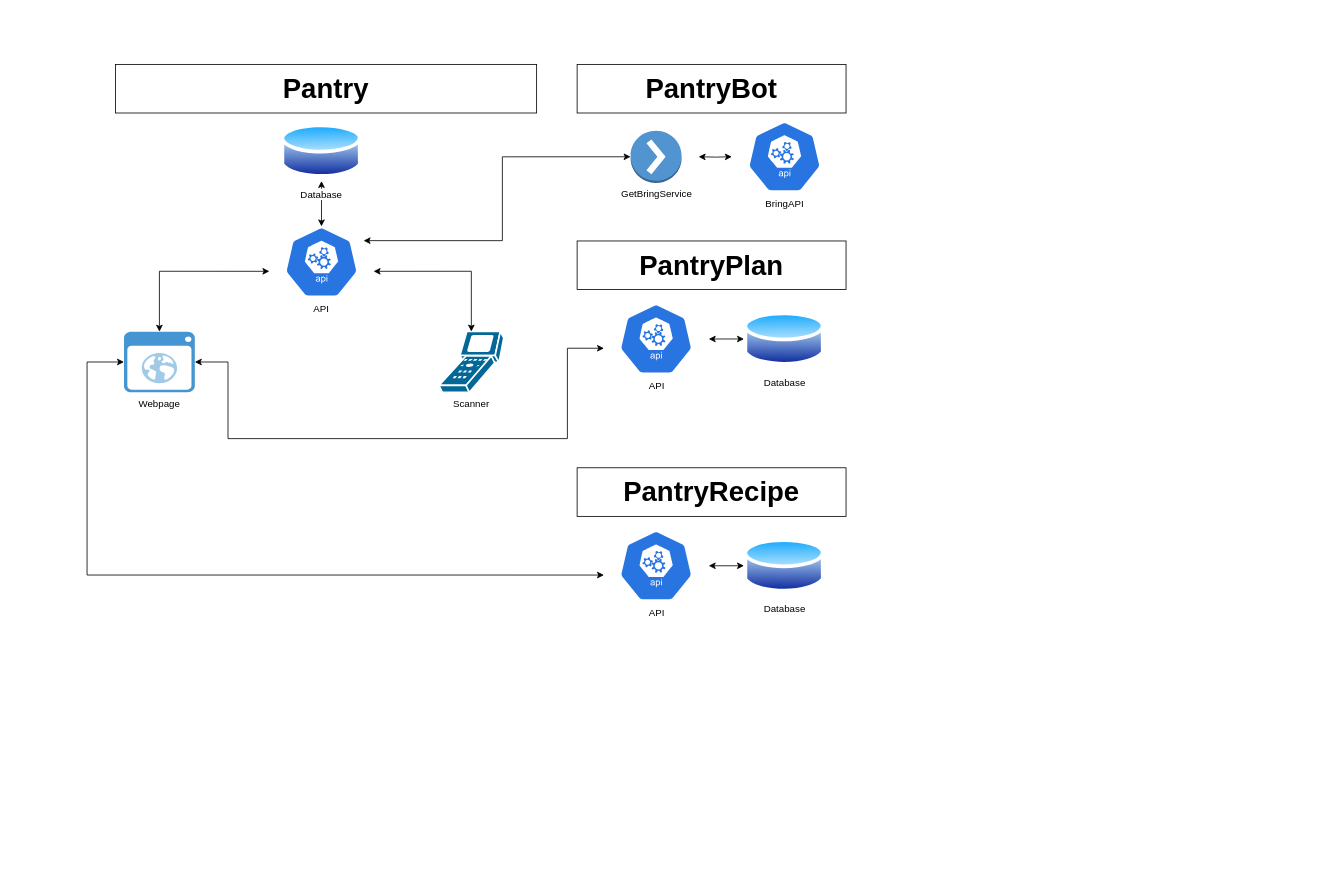
The draw.io diagram Overview/PantryOverview.drawio in MRoehricht/Pantry, before the edit. Source tidied: cells renumbered, new cells numbered last; positions are measured from the earlier drawing's top-left corner, leaving out a move shared by most shapes. Both pictures are drawn from the tidied source at 81%, with x=0, y=0 at pixel (87, 64). Pictures stored in the file or linked from it are replaced by grey dashed boxes.
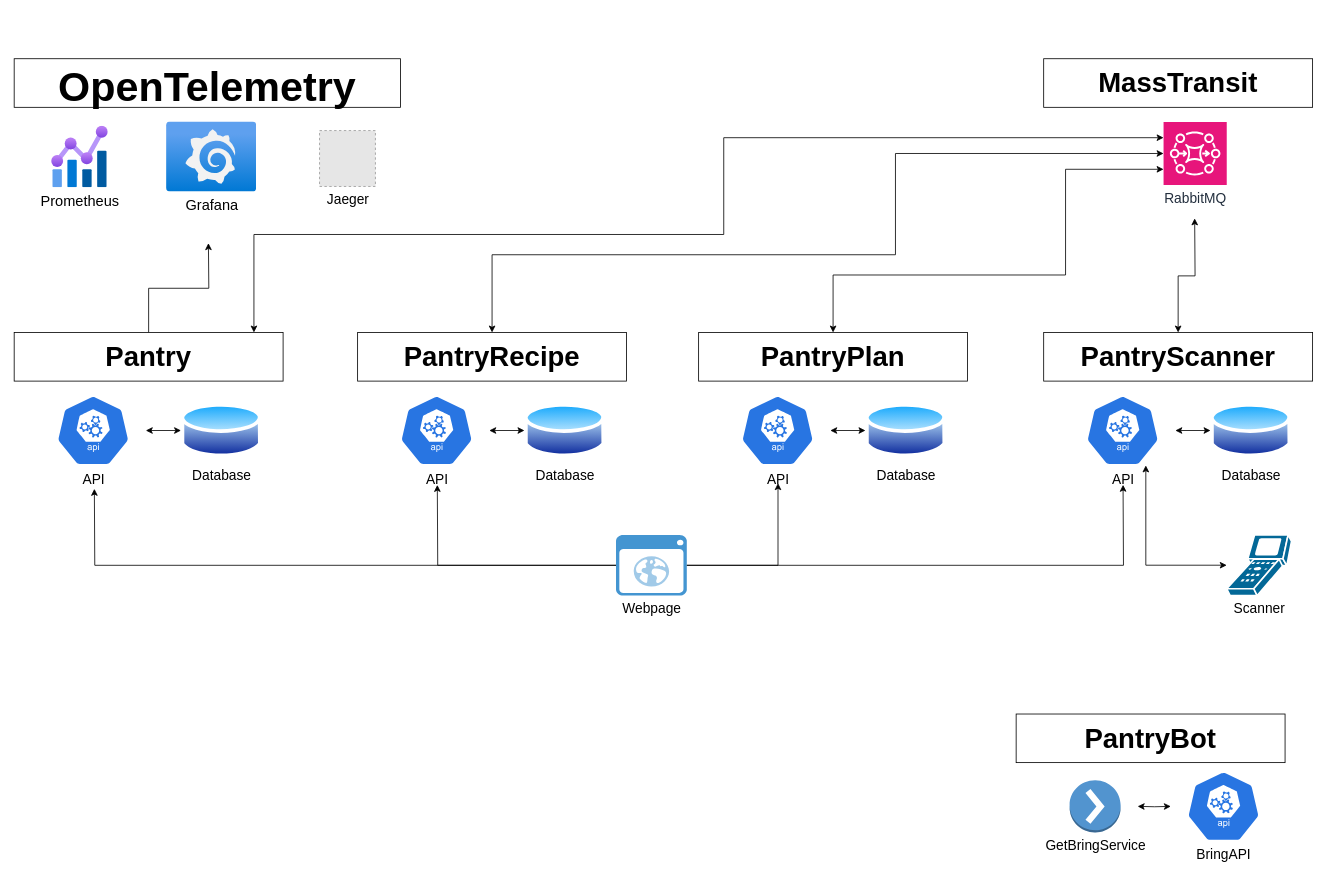
After the change.

What changed in the source:
```diff
@@
-    <mxCell id="2" value="Pantry" style="rounded=0;whiteSpace=wrap;html=1;fontSize=34;fontStyle=1;" parent="1" vertex="1">
-      <mxGeometry x="35" width="520" height="60" as="geometry" />
-    </mxCell>
-    <mxCell id="3" style="edgeStyle=orthogonalEdgeStyle;rounded=0;jettySize=auto;html=1;entryX=0.5;entryY=1;entryDx=0;entryDy=0;startArrow=classic;startFill=1;" parent="1" edge="1" source="4" target="5">
-      <mxGeometry relative="1" as="geometry" />
-    </mxCell>
-    <mxCell id="4" value="&lt;div&gt;API&lt;/div&gt;" style="sketch=0;html=1;dashed=0;whitespace=wrap;fillColor=#2875E2;strokeColor=#ffffff;points=[[0.005,0.63,0],[0.1,0.2,0],[0.9,0.2,0],[0.5,0,0],[0.995,0.63,0],[0.72,0.99,0],[0.5,1,0],[0.28,0.99,0]];verticalLabelPosition=bottom;align=center;verticalAlign=top;shape=mxgraph.kubernetes.icon;prIcon=api;" parent="1" vertex="1">
-      <mxGeometry x="224.4" y="200" width="130" height="88" as="geometry" />
-    </mxCell>
-    <mxCell id="5" value="&lt;div&gt;Database&lt;/div&gt;" style="image;perimeter=ellipsePerimeter;html=1;align=center;shadow=0;dashed=0;spacingTop=3;image=img/lib/active_directory/database.svg;" parent="1" vertex="1">
-      <mxGeometry x="239.4" y="70" width="100" height="74" as="geometry" />
-    </mxCell>
-    <mxCell id="6" style="edgeStyle=orthogonalEdgeStyle;rounded=0;jettySize=auto;html=1;entryX=0.005;entryY=0.63;entryDx=0;entryDy=0;entryPerimeter=0;startArrow=classic;startFill=1;" parent="1" edge="1" source="8" target="20">
-      <mxGeometry relative="1" as="geometry">
-        <Array as="points">
-          <mxPoint x="174" y="367" />
-          <mxPoint x="174" y="462" />
-          <mxPoint x="593" y="462" />
-          <mxPoint x="593" y="350" />
-        </Array>
-      </mxGeometry>
-    </mxCell>
-    <mxCell id="7" style="edgeStyle=orthogonalEdgeStyle;rounded=0;jettySize=auto;html=1;entryX=0.005;entryY=0.63;entryDx=0;entryDy=0;entryPerimeter=0;startArrow=classic;startFill=1;" parent="1" edge="1" source="8" target="24">
-      <mxGeometry relative="1" as="geometry">
-        <Array as="points">
-          <mxPoint y="367" />
-          <mxPoint y="630" />
-        </Array>
-      </mxGeometry>
-    </mxCell>
+    <mxCell id="26" style="edgeStyle=orthogonalEdgeStyle;rounded=0;jettySize=auto;html=1;" parent="1" edge="1" source="8">
+      <mxGeometry relative="1" as="geometry">
+        <mxPoint x="1279" y="519" as="targetPoint" />
+      </mxGeometry>
+    </mxCell>
+    <mxCell id="27" style="edgeStyle=orthogonalEdgeStyle;rounded=0;jettySize=auto;html=1;" parent="1" edge="1" source="8">
+      <mxGeometry relative="1" as="geometry">
+        <mxPoint x="432.4" y="519.2" as="targetPoint" />
+      </mxGeometry>
+    </mxCell>
-    <mxCell id="8" value="&lt;div&gt;Webpage&lt;/div&gt;" style="shadow=0;dashed=0;html=1;strokeColor=none;fillColor=#4495D1;labelPosition=center;verticalLabelPosition=bottom;verticalAlign=top;align=center;outlineConnect=0;shape=mxgraph.veeam.2d.web_ui;" parent="1" vertex="1">
-      <mxGeometry x="45.6" y="330" width="87.4" height="74.8" as="geometry" />
+    <mxCell id="8" value="&lt;div style=&quot;font-size: 17px;&quot;&gt;Webpage&lt;/div&gt;" style="shadow=0;dashed=0;html=1;strokeColor=none;fillColor=#4495D1;labelPosition=center;verticalLabelPosition=bottom;verticalAlign=top;align=center;outlineConnect=0;shape=mxgraph.veeam.2d.web_ui;fontSize=17;" parent="1" vertex="1">
+      <mxGeometry x="653" y="581" width="87.4" height="74.8" as="geometry" />
     </mxCell>
-    <mxCell id="9" value="&lt;div&gt;Scanner&lt;/div&gt;" style="shape=mxgraph.cisco.computers_and_peripherals.scanner;html=1;dashed=0;fillColor=#036897;strokeColor=#ffffff;strokeWidth=2;verticalLabelPosition=bottom;verticalAlign=top;align=center;outlineConnect=0;" parent="1" vertex="1">
-      <mxGeometry x="434.4" y="329.8" width="80" height="75" as="geometry" />
+    <mxCell id="9" value="&lt;div style=&quot;font-size: 17px;&quot;&gt;Scanner&lt;/div&gt;" style="shape=mxgraph.cisco.computers_and_peripherals.scanner;html=1;dashed=0;fillColor=#036897;strokeColor=#ffffff;strokeWidth=2;verticalLabelPosition=bottom;verticalAlign=top;align=center;outlineConnect=0;fontSize=17;" parent="1" vertex="1">
+      <mxGeometry x="1407" y="580.8" width="80" height="75" as="geometry" />
     </mxCell>
-    <mxCell id="10" style="edgeStyle=orthogonalEdgeStyle;rounded=0;jettySize=auto;html=1;entryX=0.005;entryY=0.63;entryDx=0;entryDy=0;entryPerimeter=0;startArrow=classic;startFill=1;" parent="1" edge="1" source="8" target="4">
-      <mxGeometry relative="1" as="geometry">
-        <Array as="points">
-          <mxPoint x="89.3" y="255" />
-        </Array>
-      </mxGeometry>
-    </mxCell>
-    <mxCell id="11" style="edgeStyle=orthogonalEdgeStyle;rounded=0;jettySize=auto;html=1;entryX=0.995;entryY=0.63;entryDx=0;entryDy=0;entryPerimeter=0;startArrow=classic;startFill=1;" parent="1" edge="1" source="9" target="4">
-      <mxGeometry relative="1" as="geometry">
-        <Array as="points">
-          <mxPoint x="474.4" y="255" />
-        </Array>
-      </mxGeometry>
-    </mxCell>
-    <mxCell id="12" value="&lt;div&gt;&lt;br&gt;&lt;/div&gt;&lt;div&gt;&lt;br&gt;&lt;/div&gt;" style="edgeLabel;html=1;align=center;verticalAlign=middle;" parent="11" vertex="1">
-      <mxGeometry x="0.15" relative="1" as="geometry" />
-    </mxCell>
     <mxCell id="13" value="PantryBot" style="rounded=0;whiteSpace=wrap;html=1;fontSize=34;fontStyle=1;" parent="1" vertex="1">
-      <mxGeometry x="605" width="332" height="60" as="geometry" />
+      <mxGeometry x="1147" y="802" width="332" height="60" as="geometry" />
     </mxCell>
-    <mxCell id="14" value="&lt;div&gt;BringAPI&lt;/div&gt;" style="sketch=0;html=1;dashed=0;whitespace=wrap;fillColor=#2875E2;strokeColor=#ffffff;points=[[0.005,0.63,0],[0.1,0.2,0],[0.9,0.2,0],[0.5,0,0],[0.995,0.63,0],[0.72,0.99,0],[0.5,1,0],[0.28,0.99,0]];verticalLabelPosition=bottom;align=center;verticalAlign=top;shape=mxgraph.kubernetes.icon;prIcon=api;" parent="1" vertex="1">
-      <mxGeometry x="796" y="70" width="130" height="88" as="geometry" />
+    <mxCell id="14" value="&lt;div style=&quot;font-size: 17px;&quot;&gt;BringAPI&lt;/div&gt;" style="sketch=0;html=1;dashed=0;whitespace=wrap;fillColor=#2875E2;strokeColor=#ffffff;points=[[0.005,0.63,0],[0.1,0.2,0],[0.9,0.2,0],[0.5,0,0],[0.995,0.63,0],[0.72,0.99,0],[0.5,1,0],[0.28,0.99,0]];verticalLabelPosition=bottom;align=center;verticalAlign=top;shape=mxgraph.kubernetes.icon;prIcon=api;fontSize=17;" parent="1" vertex="1">
+      <mxGeometry x="1338" y="872" width="130" height="88" as="geometry" />
     </mxCell>
     <mxCell id="15" style="edgeStyle=orthogonalEdgeStyle;rounded=0;jettySize=auto;html=1;startArrow=classic;startFill=1;" parent="1" edge="1" target="14">
       <mxGeometry relative="1" as="geometry">
-        <mxPoint x="755" y="114" as="sourcePoint" />
+        <mxPoint x="1297" y="916" as="sourcePoint" />
       </mxGeometry>
     </mxCell>
-    <mxCell id="16" value="&lt;div&gt;GetBringService&lt;/div&gt;" style="outlineConnect=0;dashed=0;verticalLabelPosition=bottom;verticalAlign=top;align=center;html=1;shape=mxgraph.aws3.action;fillColor=#5294CF;gradientColor=none;" parent="1" vertex="1">
-      <mxGeometry x="671" y="81.8" width="63" height="64.5" as="geometry" />
+    <mxCell id="16" value="&lt;div style=&quot;font-size: 17px;&quot;&gt;GetBringService&lt;/div&gt;" style="outlineConnect=0;dashed=0;verticalLabelPosition=bottom;verticalAlign=top;align=center;html=1;shape=mxgraph.aws3.action;fillColor=#5294CF;gradientColor=none;fontSize=17;" parent="1" vertex="1">
+      <mxGeometry x="1213" y="883.8" width="63" height="64.5" as="geometry" />
     </mxCell>
-    <mxCell id="17" style="edgeStyle=orthogonalEdgeStyle;rounded=0;jettySize=auto;html=1;exitX=0.9;exitY=0.2;exitDx=0;exitDy=0;exitPerimeter=0;entryX=0;entryY=0.5;entryDx=0;entryDy=0;entryPerimeter=0;startArrow=classic;startFill=1;" parent="1" edge="1" source="4" target="16">
-      <mxGeometry relative="1" as="geometry" />
-    </mxCell>
     <mxCell id="18" value="PantryPlan" style="rounded=0;whiteSpace=wrap;html=1;fontSize=34;fontStyle=1;" parent="1" vertex="1">
-      <mxGeometry x="605" y="218" width="332" height="60" as="geometry" />
+      <mxGeometry x="755" y="331" width="332" height="60" as="geometry" />
     </mxCell>
@@
-    <mxCell id="20" value="&lt;div&gt;API&lt;/div&gt;" style="sketch=0;html=1;dashed=0;whitespace=wrap;fillColor=#2875E2;strokeColor=#ffffff;points=[[0.005,0.63,0],[0.1,0.2,0],[0.9,0.2,0],[0.5,0,0],[0.995,0.63,0],[0.72,0.99,0],[0.5,1,0],[0.28,0.99,0]];verticalLabelPosition=bottom;align=center;verticalAlign=top;shape=mxgraph.kubernetes.icon;prIcon=api;" parent="1" vertex="1">
-      <mxGeometry x="637.5" y="295" width="130" height="88" as="geometry" />
+    <mxCell id="20" value="&lt;div style=&quot;font-size: 17px;&quot;&gt;API&lt;/div&gt;" style="sketch=0;html=1;dashed=0;whitespace=wrap;fillColor=#2875E2;strokeColor=#ffffff;points=[[0.005,0.63,0],[0.1,0.2,0],[0.9,0.2,0],[0.5,0,0],[0.995,0.63,0],[0.72,0.99,0],[0.5,1,0],[0.28,0.99,0]];verticalLabelPosition=bottom;align=center;verticalAlign=top;shape=mxgraph.kubernetes.icon;prIcon=api;fontSize=17;" parent="1" vertex="1">
+      <mxGeometry x="787.5" y="408" width="130" height="88" as="geometry" />
     </mxCell>
-    <mxCell id="21" value="&lt;div&gt;Database&lt;/div&gt;" style="image;perimeter=ellipsePerimeter;html=1;align=center;shadow=0;dashed=0;spacingTop=3;image=img/lib/active_directory/database.svg;" parent="1" vertex="1">
-      <mxGeometry x="811" y="302" width="100" height="74" as="geometry" />
+    <mxCell id="21" value="&lt;div style=&quot;font-size: 17px;&quot;&gt;Database&lt;/div&gt;" style="image;perimeter=ellipsePerimeter;html=1;align=center;shadow=0;dashed=0;spacingTop=3;image=img/lib/active_directory/database.svg;fontSize=17;" parent="1" vertex="1">
+      <mxGeometry x="961" y="415" width="100" height="74" as="geometry" />
     </mxCell>
+    <mxCell id="28" style="edgeStyle=orthogonalEdgeStyle;rounded=0;jettySize=auto;html=1;" parent="1" edge="1" source="22">
+      <mxGeometry relative="1" as="geometry">
+        <mxPoint x="149.8" y="220.7" as="targetPoint" />
+      </mxGeometry>
+    </mxCell>
-    <mxCell id="22" value="PantryRecipe" style="rounded=0;whiteSpace=wrap;html=1;fontSize=34;fontStyle=1;" parent="1" vertex="1">
-      <mxGeometry x="605" y="498" width="332" height="60" as="geometry" />
+    <mxCell id="22" value="Pantry" style="rounded=0;whiteSpace=wrap;html=1;fontSize=34;fontStyle=1;" parent="1" vertex="1">
+      <mxGeometry x="-90" y="331" width="332" height="60" as="geometry" />
     </mxCell>
@@
-    <mxCell id="24" value="&lt;div&gt;API&lt;/div&gt;" style="sketch=0;html=1;dashed=0;whitespace=wrap;fillColor=#2875E2;strokeColor=#ffffff;points=[[0.005,0.63,0],[0.1,0.2,0],[0.9,0.2,0],[0.5,0,0],[0.995,0.63,0],[0.72,0.99,0],[0.5,1,0],[0.28,0.99,0]];verticalLabelPosition=bottom;align=center;verticalAlign=top;shape=mxgraph.kubernetes.icon;prIcon=api;" parent="1" vertex="1">
-      <mxGeometry x="637.5" y="575" width="130" height="88" as="geometry" />
+    <mxCell id="24" value="&lt;div style=&quot;font-size: 17px;&quot;&gt;API&lt;/div&gt;" style="sketch=0;html=1;dashed=0;whitespace=wrap;fillColor=#2875E2;strokeColor=#ffffff;points=[[0.005,0.63,0],[0.1,0.2,0],[0.9,0.2,0],[0.5,0,0],[0.995,0.63,0],[0.72,0.99,0],[0.5,1,0],[0.28,0.99,0]];verticalLabelPosition=bottom;align=center;verticalAlign=top;shape=mxgraph.kubernetes.icon;prIcon=api;fontSize=17;" parent="1" vertex="1">
+      <mxGeometry x="-57.5" y="408" width="130" height="88" as="geometry" />
     </mxCell>
-    <mxCell id="25" value="&lt;div&gt;Database&lt;/div&gt;" style="image;perimeter=ellipsePerimeter;html=1;align=center;shadow=0;dashed=0;spacingTop=3;image=img/lib/active_directory/database.svg;" parent="1" vertex="1">
-      <mxGeometry x="811" y="582" width="100" height="74" as="geometry" />
+    <mxCell id="25" value="&lt;div style=&quot;font-size: 17px;&quot;&gt;Database&lt;/div&gt;" style="image;perimeter=ellipsePerimeter;html=1;align=center;shadow=0;dashed=0;spacingTop=3;image=img/lib/active_directory/database.svg;fontSize=17;" parent="1" vertex="1">
+      <mxGeometry x="116" y="415" width="100" height="74" as="geometry" />
     </mxCell>
+    <mxCell id="29" value="PantryRecipe" style="rounded=0;whiteSpace=wrap;html=1;fontSize=34;fontStyle=1;" parent="1" vertex="1">
+      <mxGeometry x="334" y="331" width="332" height="60" as="geometry" />
+    </mxCell>
+    <mxCell id="30" style="edgeStyle=orthogonalEdgeStyle;rounded=0;jettySize=auto;html=1;startArrow=classic;startFill=1;" parent="1" edge="1" source="31" target="32">
+      <mxGeometry relative="1" as="geometry" />
+    </mxCell>
+    <mxCell id="31" value="&lt;div style=&quot;font-size: 17px;&quot;&gt;API&lt;/div&gt;" style="sketch=0;html=1;dashed=0;whitespace=wrap;fillColor=#2875E2;strokeColor=#ffffff;points=[[0.005,0.63,0],[0.1,0.2,0],[0.9,0.2,0],[0.5,0,0],[0.995,0.63,0],[0.72,0.99,0],[0.5,1,0],[0.28,0.99,0]];verticalLabelPosition=bottom;align=center;verticalAlign=top;shape=mxgraph.kubernetes.icon;prIcon=api;fontSize=17;" parent="1" vertex="1">
+      <mxGeometry x="366.5" y="408" width="130" height="88" as="geometry" />
+    </mxCell>
+    <mxCell id="32" value="&lt;div style=&quot;font-size: 17px;&quot;&gt;Database&lt;/div&gt;" style="image;perimeter=ellipsePerimeter;html=1;align=center;shadow=0;dashed=0;spacingTop=3;image=img/lib/active_directory/database.svg;fontSize=17;" parent="1" vertex="1">
+      <mxGeometry x="540" y="415" width="100" height="74" as="geometry" />
+    </mxCell>
+    <mxCell id="33" style="edgeStyle=orthogonalEdgeStyle;rounded=0;jettySize=auto;html=1;startArrow=classic;startFill=1;" parent="1" edge="1" source="34">
+      <mxGeometry relative="1" as="geometry">
+        <mxPoint x="1367.4" y="190.1" as="targetPoint" />
+      </mxGeometry>
+    </mxCell>
+    <mxCell id="34" value="&lt;div&gt;PantryScanner&lt;/div&gt;" style="rounded=0;whiteSpace=wrap;html=1;fontSize=34;fontStyle=1;" parent="1" vertex="1">
+      <mxGeometry x="1181" y="331" width="332" height="60" as="geometry" />
+    </mxCell>
+    <mxCell id="35" style="edgeStyle=orthogonalEdgeStyle;rounded=0;jettySize=auto;html=1;startArrow=classic;startFill=1;" parent="1" edge="1" source="36" target="37">
+      <mxGeometry relative="1" as="geometry" />
+    </mxCell>
+    <mxCell id="36" value="&lt;div style=&quot;font-size: 17px;&quot;&gt;API&lt;/div&gt;" style="sketch=0;html=1;dashed=0;whitespace=wrap;fillColor=#2875E2;strokeColor=#ffffff;points=[[0.005,0.63,0],[0.1,0.2,0],[0.9,0.2,0],[0.5,0,0],[0.995,0.63,0],[0.72,0.99,0],[0.5,1,0],[0.28,0.99,0]];verticalLabelPosition=bottom;align=center;verticalAlign=top;shape=mxgraph.kubernetes.icon;prIcon=api;fontSize=17;" parent="1" vertex="1">
+      <mxGeometry x="1213.5" y="408" width="130" height="88" as="geometry" />
+    </mxCell>
+    <mxCell id="37" value="&lt;div style=&quot;font-size: 17px;&quot;&gt;Database&lt;/div&gt;" style="image;perimeter=ellipsePerimeter;html=1;align=center;shadow=0;dashed=0;spacingTop=3;image=img/lib/active_directory/database.svg;fontSize=17;" parent="1" vertex="1">
+      <mxGeometry x="1387" y="415" width="100" height="74" as="geometry" />
+    </mxCell>
+    <mxCell id="38" style="edgeStyle=orthogonalEdgeStyle;rounded=0;jettySize=auto;html=1;" parent="1" edge="1" source="8">
+      <mxGeometry relative="1" as="geometry">
+        <mxPoint x="853" y="517" as="targetPoint" />
+        <Array as="points">
+          <mxPoint x="853" y="618" />
+        </Array>
+      </mxGeometry>
+    </mxCell>
+    <mxCell id="39" style="edgeStyle=orthogonalEdgeStyle;rounded=0;jettySize=auto;html=1;" parent="1" edge="1" source="8">
+      <mxGeometry relative="1" as="geometry">
+        <mxPoint x="9" y="524" as="targetPoint" />
+      </mxGeometry>
+    </mxCell>
+    <mxCell id="40" value="&lt;h1 style=&quot;font-size: 67px;&quot; id=&quot;net-observability-with-opentelemetry&quot;&gt;&lt;font style=&quot;font-size: 51px;&quot;&gt;OpenTelemetry&lt;/font&gt;&lt;/h1&gt;" style="rounded=0;whiteSpace=wrap;html=1;fontSize=34;fontStyle=1;" parent="1" vertex="1">
+      <mxGeometry x="-90" y="-7" width="477" height="60" as="geometry" />
+    </mxCell>
+    <mxCell id="41" value="Grafana" style="image;html=1;align=center;fontSize=18;image=img/lib/azure2/other/Grafana.svg;" parent="1" vertex="1">
+      <mxGeometry x="98" y="71" width="111.3" height="86.4" as="geometry" />
+    </mxCell>
+    <mxCell id="42" style="edgeStyle=orthogonalEdgeStyle;rounded=0;jettySize=auto;html=1;entryX=0.72;entryY=0.99;entryDx=0;entryDy=0;entryPerimeter=0;startArrow=classic;startFill=1;" parent="1" edge="1" source="9" target="36">
+      <mxGeometry relative="1" as="geometry" />
+    </mxCell>
+    <mxCell id="43" value="Prometheus" style="image;html=1;align=center;fontSize=18;image=img/lib/azure2/management_governance/Metrics.svg;" parent="1" vertex="1">
+      <mxGeometry x="-44" y="76.2" width="70.2" height="76" as="geometry" />
+    </mxCell>
+    <mxCell id="44" value="Jaeger" style="fillColor=#E6E6E6;strokeColor=#999999;dashed=1;html=1;verticalLabelPosition=bottom;labelBackgroundColor=#ffffff;verticalAlign=top;fontSize=17;" parent="1" vertex="1">
+      <mxGeometry x="287" y="81.7" width="69" height="69" as="geometry" />
+    </mxCell>
+    <mxCell id="45" value="RabbitMQ" style="sketch=0;points=[[0,0,0],[0.25,0,0],[0.5,0,0],[0.75,0,0],[1,0,0],[0,1,0],[0.25,1,0],[0.5,1,0],[0.75,1,0],[1,1,0],[0,0.25,0],[0,0.5,0],[0,0.75,0],[1,0.25,0],[1,0.5,0],[1,0.75,0]];outlineConnect=0;fontColor=#232F3E;fillColor=#E7157B;strokeColor=#ffffff;dashed=0;verticalLabelPosition=bottom;verticalAlign=top;align=center;html=1;fontSize=17;fontStyle=0;shape=mxgraph.aws4.resourceIcon;resIcon=mxgraph.aws4.mq;" parent="1" vertex="1">
+      <mxGeometry x="1329" y="71" width="78" height="78" as="geometry" />
+    </mxCell>
+    <mxCell id="46" value="&lt;div&gt;MassTransit&lt;/div&gt;" style="rounded=0;whiteSpace=wrap;html=1;fontSize=34;fontStyle=1;" parent="1" vertex="1">
+      <mxGeometry x="1181" y="-7" width="332" height="60" as="geometry" />
+    </mxCell>
+    <mxCell id="47" style="edgeStyle=orthogonalEdgeStyle;rounded=0;jettySize=auto;html=1;entryX=0;entryY=0.75;entryDx=0;entryDy=0;entryPerimeter=0;startArrow=classic;startFill=1;" parent="1" edge="1" source="18" target="45">
+      <mxGeometry relative="1" as="geometry">
+        <Array as="points">
+          <mxPoint x="921" y="260" />
+          <mxPoint x="1208" y="260" />
+          <mxPoint x="1208" y="130" />
+        </Array>
+      </mxGeometry>
+    </mxCell>
+    <mxCell id="48" style="edgeStyle=orthogonalEdgeStyle;rounded=0;jettySize=auto;html=1;entryX=0;entryY=0.5;entryDx=0;entryDy=0;entryPerimeter=0;startArrow=classic;startFill=1;" parent="1" edge="1" source="29" target="45">
+      <mxGeometry relative="1" as="geometry">
+        <Array as="points">
+          <mxPoint x="500" y="235" />
+          <mxPoint x="998" y="235" />
+          <mxPoint x="998" y="110" />
+        </Array>
+      </mxGeometry>
+    </mxCell>
+    <mxCell id="49" style="edgeStyle=orthogonalEdgeStyle;rounded=0;jettySize=auto;html=1;entryX=0;entryY=0.25;entryDx=0;entryDy=0;entryPerimeter=0;startArrow=classic;startFill=1;" parent="1" edge="1" source="22" target="45">
+      <mxGeometry relative="1" as="geometry">
+        <Array as="points">
+          <mxPoint x="206" y="210" />
+          <mxPoint x="786" y="210" />
+          <mxPoint x="786" y="90" />
+        </Array>
+      </mxGeometry>
+    </mxCell>
```
